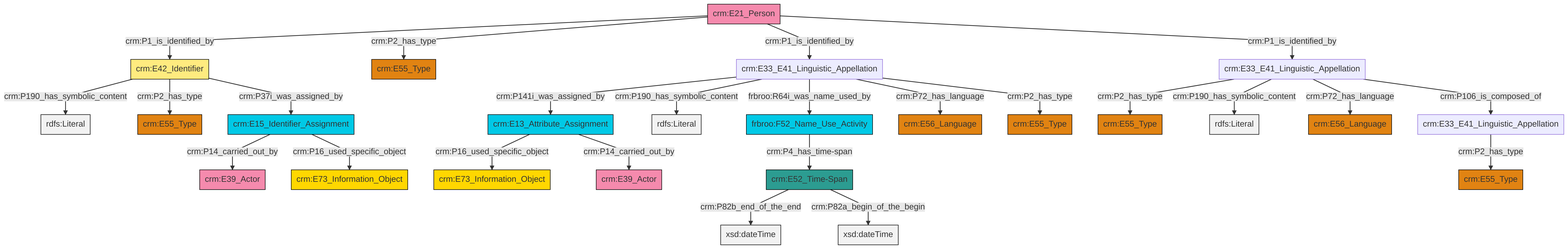
This is et/personCSV/ttl/mmd/png/Person_Names_and_Classification.png from swiss-art-research-net/reference-data-models, a Mermaid export, as it was before one commit. Its source is kept beside it as et/personCSV/ttl/mmd/Person_Names_and_Classification.ttl.mmd.
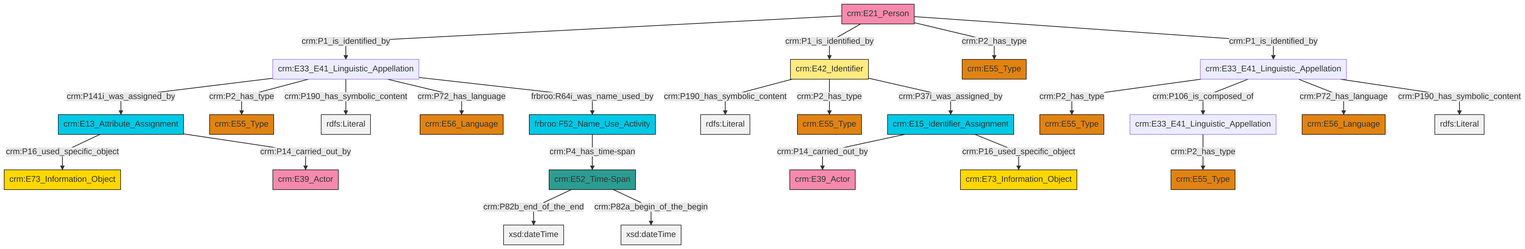
Later version of the same file.

Change to the diagram source:
```diff
@@ -13,27 +13,27 @@
 classDef PC_Classes fill:#4ce600, stroke:#000000;
 classDef Multi fill:#cccccc,stroke:#000000;
 
-2["crm:E33_E41_Linguistic_Appellation"]:::Default -->|crm:P141i_was_assigned_by| 3["crm:E13_Attribute_Assignment"]:::Temporal_Entity
-3["crm:E13_Attribute_Assignment"]:::Temporal_Entity -->|crm:P16_used_specific_object| 6["crm:E73_Information_Object"]:::Conceptual_Object
-10["crm:E33_E41_Linguistic_Appellation"]:::Default -->|crm:P2_has_type| 11["crm:E55_Type"]:::Type
-0["crm:E42_Identifier"]:::Appellation -->|crm:P190_has_symbolic_content| 19[rdfs:Literal]:::Literal
-2["crm:E33_E41_Linguistic_Appellation"]:::Default -->|crm:P190_has_symbolic_content| 20[rdfs:Literal]:::Literal
-21["crm:E21_Person"]:::Actor -->|crm:P1_is_identified_by| 0["crm:E42_Identifier"]:::Appellation
-0["crm:E42_Identifier"]:::Appellation -->|crm:P2_has_type| 22["crm:E55_Type"]:::Type
-12["crm:E52_Time-Span"]:::Time-Span -->|crm:P82b_end_of_the_end| 23[xsd:dateTime]:::Literal
-2["crm:E33_E41_Linguistic_Appellation"]:::Default -->|frbroo:R64i_was_name_used_by| 17["frbroo:F52_Name_Use_Activity"]:::Temporal_Entity
-2["crm:E33_E41_Linguistic_Appellation"]:::Default -->|crm:P72_has_language| 8["crm:E56_Language"]:::Type
-10["crm:E33_E41_Linguistic_Appellation"]:::Default -->|crm:P190_has_symbolic_content| 29[rdfs:Literal]:::Literal
-21["crm:E21_Person"]:::Actor -->|crm:P2_has_type| 32["crm:E55_Type"]:::Type
-21["crm:E21_Person"]:::Actor -->|crm:P1_is_identified_by| 2["crm:E33_E41_Linguistic_Appellation"]:::Default
-2["crm:E33_E41_Linguistic_Appellation"]:::Default -->|crm:P2_has_type| 27["crm:E55_Type"]:::Type
-24["crm:E33_E41_Linguistic_Appellation"]:::Default -->|crm:P2_has_type| 35["crm:E55_Type"]:::Type
-4["crm:E15_Identifier_Assignment"]:::Temporal_Entity -->|crm:P14_carried_out_by| 39["crm:E39_Actor"]:::Actor
-3["crm:E13_Attribute_Assignment"]:::Temporal_Entity -->|crm:P14_carried_out_by| 33["crm:E39_Actor"]:::Actor
-10["crm:E33_E41_Linguistic_Appellation"]:::Default -->|crm:P72_has_language| 37["crm:E56_Language"]:::Type
-12["crm:E52_Time-Span"]:::Time-Span -->|crm:P82a_begin_of_the_begin| 41[xsd:dateTime]:::Literal
-10["crm:E33_E41_Linguistic_Appellation"]:::Default -->|crm:P106_is_composed_of| 24["crm:E33_E41_Linguistic_Appellation"]:::Default
-17["frbroo:F52_Name_Use_Activity"]:::Temporal_Entity -->|crm:P4_has_time-span| 12["crm:E52_Time-Span"]:::Time-Span
-4["crm:E15_Identifier_Assignment"]:::Temporal_Entity -->|crm:P16_used_specific_object| 14["crm:E73_Information_Object"]:::Conceptual_Object
-21["crm:E21_Person"]:::Actor -->|crm:P1_is_identified_by| 10["crm:E33_E41_Linguistic_Appellation"]:::Default
-0["crm:E42_Identifier"]:::Appellation -->|crm:P37i_was_assigned_by| 4["crm:E15_Identifier_Assignment"]:::Temporal_Entity
+0["crm:E52_Time-Span"]:::Time-Span -->|crm:P82b_end_of_the_end| 1[xsd:dateTime]:::Literal
+4["crm:E33_E41_Linguistic_Appellation"]:::Default -->|crm:P2_has_type| 5["crm:E55_Type"]:::Type
+9["crm:E21_Person"]:::Actor -->|crm:P1_is_identified_by| 10["crm:E33_E41_Linguistic_Appellation"]:::Default
+10["crm:E33_E41_Linguistic_Appellation"]:::Default -->|crm:P141i_was_assigned_by| 11["crm:E13_Attribute_Assignment"]:::Temporal_Entity
+9["crm:E21_Person"]:::Actor -->|crm:P1_is_identified_by| 7["crm:E42_Identifier"]:::Appellation
+10["crm:E33_E41_Linguistic_Appellation"]:::Default -->|crm:P2_has_type| 13["crm:E55_Type"]:::Type
+7["crm:E42_Identifier"]:::Appellation -->|crm:P190_has_symbolic_content| 14[rdfs:Literal]:::Literal
+11["crm:E13_Attribute_Assignment"]:::Temporal_Entity -->|crm:P16_used_specific_object| 15["crm:E73_Information_Object"]:::Conceptual_Object
+9["crm:E21_Person"]:::Actor -->|crm:P2_has_type| 20["crm:E55_Type"]:::Type
+21["crm:E15_Identifier_Assignment"]:::Temporal_Entity -->|crm:P14_carried_out_by| 2["crm:E39_Actor"]:::Actor
+10["crm:E33_E41_Linguistic_Appellation"]:::Default -->|crm:P190_has_symbolic_content| 24[rdfs:Literal]:::Literal
+25["crm:E33_E41_Linguistic_Appellation"]:::Default -->|crm:P2_has_type| 27["crm:E55_Type"]:::Type
+7["crm:E42_Identifier"]:::Appellation -->|crm:P2_has_type| 33["crm:E55_Type"]:::Type
+25["crm:E33_E41_Linguistic_Appellation"]:::Default -->|crm:P106_is_composed_of| 4["crm:E33_E41_Linguistic_Appellation"]:::Default
+11["crm:E13_Attribute_Assignment"]:::Temporal_Entity -->|crm:P14_carried_out_by| 22["crm:E39_Actor"]:::Actor
+31["frbroo:F52_Name_Use_Activity"]:::Temporal_Entity -->|crm:P4_has_time-span| 0["crm:E52_Time-Span"]:::Time-Span
+9["crm:E21_Person"]:::Actor -->|crm:P1_is_identified_by| 25["crm:E33_E41_Linguistic_Appellation"]:::Default
+0["crm:E52_Time-Span"]:::Time-Span -->|crm:P82a_begin_of_the_begin| 37[xsd:dateTime]:::Literal
+25["crm:E33_E41_Linguistic_Appellation"]:::Default -->|crm:P72_has_language| 28["crm:E56_Language"]:::Type
+7["crm:E42_Identifier"]:::Appellation -->|crm:P37i_was_assigned_by| 21["crm:E15_Identifier_Assignment"]:::Temporal_Entity
+10["crm:E33_E41_Linguistic_Appellation"]:::Default -->|crm:P72_has_language| 17["crm:E56_Language"]:::Type
+21["crm:E15_Identifier_Assignment"]:::Temporal_Entity -->|crm:P16_used_specific_object| 42["crm:E73_Information_Object"]:::Conceptual_Object
+10["crm:E33_E41_Linguistic_Appellation"]:::Default -->|frbroo:R64i_was_name_used_by| 31["frbroo:F52_Name_Use_Activity"]:::Temporal_Entity
+25["crm:E33_E41_Linguistic_Appellation"]:::Default -->|crm:P190_has_symbolic_content| 46[rdfs:Literal]:::Literal
```
